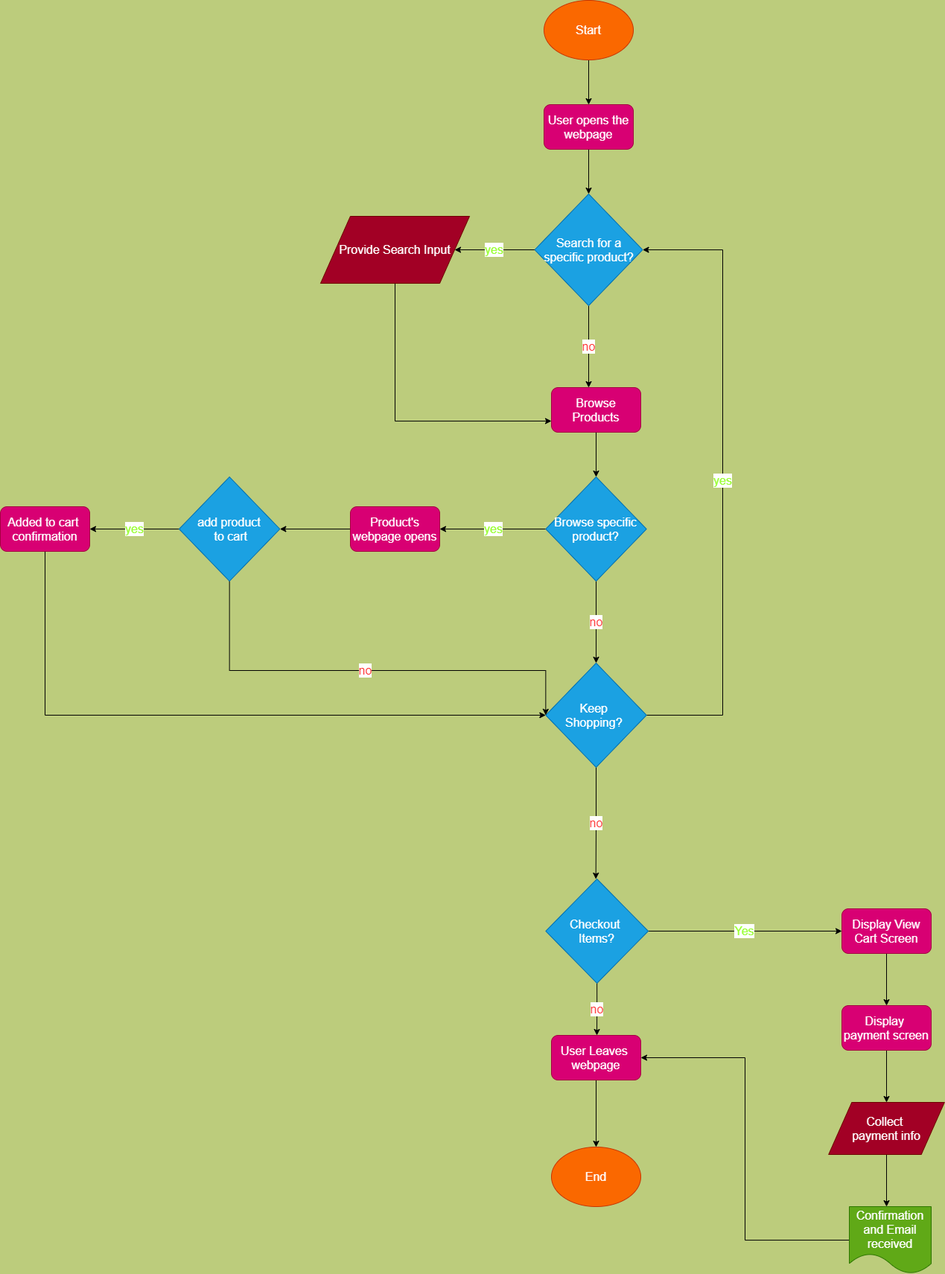
Before: part2/part2.drawio.png, a diagram exported from draw.io (JoshuaSantillan/sp21-cse110-lab4). Source tidied: cells renumbered, new cells last; positions are measured from the earlier drawing's top-left corner, leaving out a move shared by most shapes.
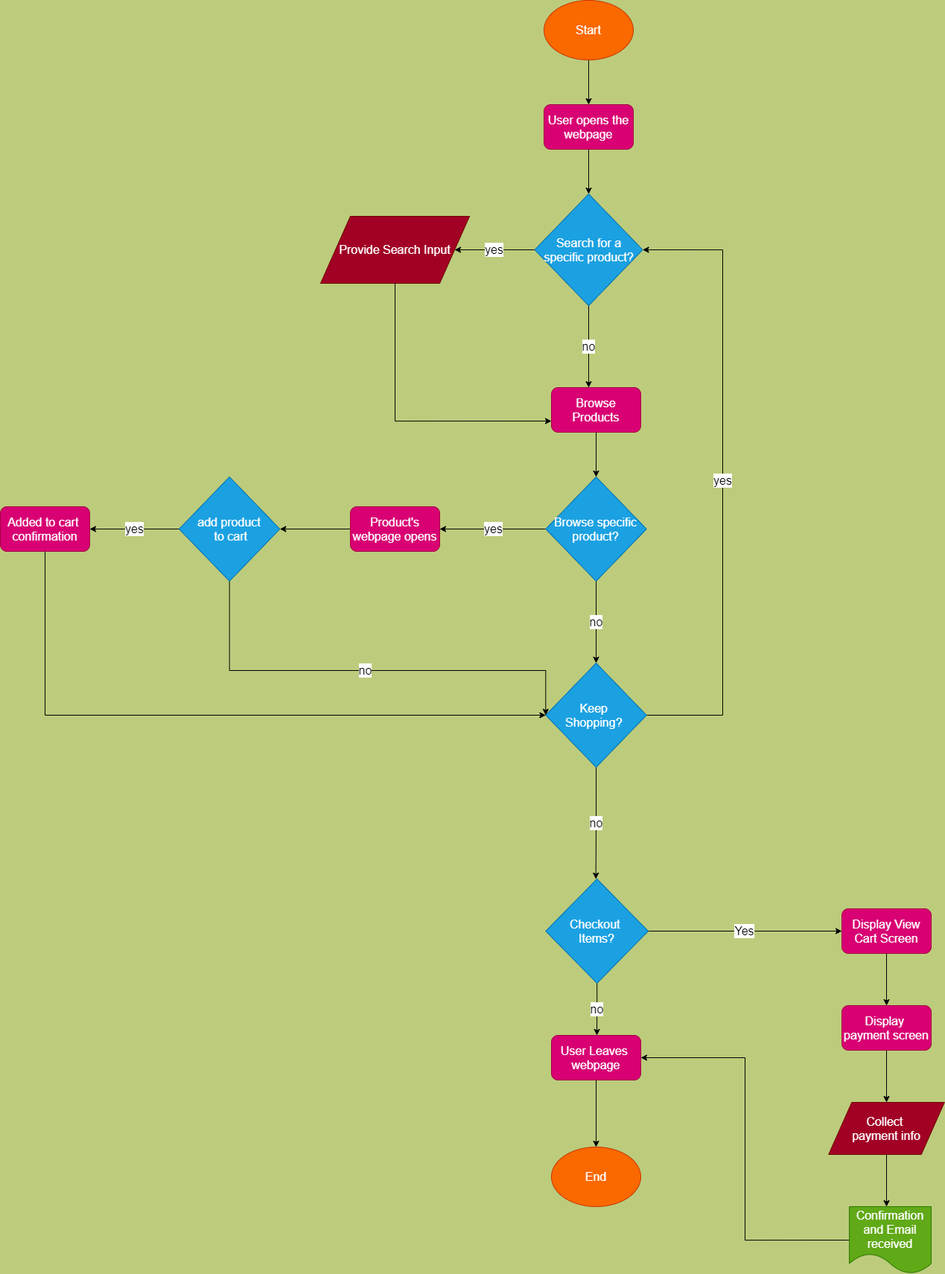
The same diagram one commit later.

What changed in the source:
```diff
@@ -14,10 +14,10 @@
     <mxCell id="5" value="&lt;font style=&quot;font-size: 16px&quot;&gt;User opens the webpage&lt;/font&gt;" style="rounded=1;whiteSpace=wrap;html=1;fillColor=#d80073;strokeColor=#A50040;fontColor=#ffffff;" parent="1" vertex="1">
       <mxGeometry x="730" y="140" width="120" height="60" as="geometry" />
     </mxCell>
-    <mxCell id="6" value="yes" style="edgeStyle=orthogonalEdgeStyle;rounded=0;jettySize=auto;html=1;exitX=0;exitY=0.5;exitDx=0;exitDy=0;fontSize=16;entryX=1;entryY=0.5;entryDx=0;entryDy=0;fontColor=#99FF33;" parent="1" edge="1" source="8" target="10">
+    <mxCell id="6" value="yes" style="edgeStyle=orthogonalEdgeStyle;rounded=0;jettySize=auto;html=1;exitX=0;exitY=0.5;exitDx=0;exitDy=0;fontSize=16;entryX=1;entryY=0.5;entryDx=0;entryDy=0;labelBorderColor=none;fontColor=#000000;" parent="1" edge="1" source="8" target="10">
       <mxGeometry relative="1" as="geometry" />
     </mxCell>
-    <mxCell id="7" value="no" style="edgeStyle=orthogonalEdgeStyle;rounded=0;jettySize=auto;html=1;exitX=0.5;exitY=1;exitDx=0;exitDy=0;fontSize=16;fontColor=#FF3333;" parent="1" edge="1" source="8">
+    <mxCell id="7" value="no" style="edgeStyle=orthogonalEdgeStyle;rounded=0;jettySize=auto;html=1;exitX=0.5;exitY=1;exitDx=0;exitDy=0;fontSize=16;fontColor=#000000;" parent="1" edge="1" source="8">
       <mxGeometry relative="1" as="geometry">
         <mxPoint x="790" y="520" as="targetPoint" />
         <Array as="points">
@@ -40,12 +40,12 @@
     <mxCell id="12" value="&lt;font style=&quot;font-size: 16px&quot;&gt;Browse Products&lt;/font&gt;" style="rounded=1;whiteSpace=wrap;html=1;fillColor=#d80073;strokeColor=#A50040;fontColor=#ffffff;" parent="1" vertex="1">
       <mxGeometry x="740" y="520" width="120" height="60" as="geometry" />
     </mxCell>
-    <mxCell id="13" value="yes" style="edgeStyle=orthogonalEdgeStyle;rounded=0;jettySize=auto;html=1;exitX=0;exitY=0.5;exitDx=0;exitDy=0;fontSize=16;fontColor=#99FF33;" parent="1" edge="1" source="15">
+    <mxCell id="13" value="yes" style="edgeStyle=orthogonalEdgeStyle;rounded=0;jettySize=auto;html=1;exitX=0;exitY=0.5;exitDx=0;exitDy=0;fontSize=16;fontColor=#000000;" parent="1" edge="1" source="15">
       <mxGeometry relative="1" as="geometry">
         <mxPoint x="590" y="710" as="targetPoint" />
       </mxGeometry>
     </mxCell>
-    <mxCell id="14" value="no" style="edgeStyle=orthogonalEdgeStyle;rounded=0;jettySize=auto;html=1;exitX=0.5;exitY=1;exitDx=0;exitDy=0;entryX=0.5;entryY=0;entryDx=0;entryDy=0;fontSize=16;fontColor=#FF3333;" parent="1" edge="1" source="15" target="20">
+    <mxCell id="14" value="no" style="edgeStyle=orthogonalEdgeStyle;rounded=0;jettySize=auto;html=1;exitX=0.5;exitY=1;exitDx=0;exitDy=0;entryX=0.5;entryY=0;entryDx=0;entryDy=0;fontSize=16;fontColor=#000000;" parent="1" edge="1" source="15" target="20">
       <mxGeometry relative="1" as="geometry" />
     </mxCell>
     <mxCell id="15" value="&lt;font style=&quot;font-size: 16px&quot;&gt;Browse specific product?&lt;/font&gt;" style="rhombus;whiteSpace=wrap;html=1;fillColor=#1ba1e2;strokeColor=#006EAF;fontColor=#ffffff;" parent="1" vertex="1">
@@ -57,7 +57,7 @@
     <mxCell id="17" value="&lt;span style=&quot;font-size: 16px&quot;&gt;Product's webpage opens&lt;/span&gt;" style="rounded=1;whiteSpace=wrap;html=1;fillColor=#d80073;strokeColor=#A50040;fontColor=#ffffff;" parent="1" vertex="1">
       <mxGeometry x="470" y="680" width="120" height="60" as="geometry" />
     </mxCell>
-    <mxCell id="18" value="yes" style="edgeStyle=orthogonalEdgeStyle;rounded=0;jettySize=auto;html=1;exitX=1;exitY=0.5;exitDx=0;exitDy=0;entryX=1;entryY=0.5;entryDx=0;entryDy=0;fontSize=16;fontColor=#99FF33;" parent="1" edge="1" source="20" target="8">
+    <mxCell id="18" value="yes" style="edgeStyle=orthogonalEdgeStyle;rounded=0;jettySize=auto;html=1;exitX=1;exitY=0.5;exitDx=0;exitDy=0;entryX=1;entryY=0.5;entryDx=0;entryDy=0;fontSize=16;fontColor=#000000;" parent="1" edge="1" source="20" target="8">
       <mxGeometry relative="1" as="geometry">
         <Array as="points">
           <mxPoint x="970" y="960" />
@@ -65,7 +65,7 @@
         </Array>
       </mxGeometry>
     </mxCell>
-    <mxCell id="19" value="no" style="edgeStyle=orthogonalEdgeStyle;rounded=0;jettySize=auto;html=1;exitX=0.5;exitY=1;exitDx=0;exitDy=0;fontSize=16;fontColor=#FF3333;" parent="1" edge="1" source="20">
+    <mxCell id="19" value="no" style="edgeStyle=orthogonalEdgeStyle;rounded=0;jettySize=auto;html=1;exitX=0.5;exitY=1;exitDx=0;exitDy=0;fontSize=16;fontColor=#000000;" parent="1" edge="1" source="20">
       <mxGeometry relative="1" as="geometry">
         <mxPoint x="799.6" y="1180" as="targetPoint" />
       </mxGeometry>
@@ -73,10 +73,10 @@
     <mxCell id="20" value="&lt;font style=&quot;font-size: 16px&quot;&gt;Keep &lt;br&gt;Shopping?&amp;nbsp;&lt;/font&gt;" style="rhombus;whiteSpace=wrap;html=1;fillColor=#1ba1e2;strokeColor=#006EAF;fontColor=#ffffff;" parent="1" vertex="1">
       <mxGeometry x="732.3" y="890" width="135.3" height="140" as="geometry" />
     </mxCell>
-    <mxCell id="21" value="yes" style="edgeStyle=orthogonalEdgeStyle;rounded=0;jettySize=auto;html=1;exitX=0;exitY=0.5;exitDx=0;exitDy=0;entryX=1;entryY=0.5;entryDx=0;entryDy=0;fontSize=16;fontColor=#99FF33;" parent="1" edge="1" source="23" target="25">
+    <mxCell id="21" value="yes" style="edgeStyle=orthogonalEdgeStyle;rounded=0;jettySize=auto;html=1;exitX=0;exitY=0.5;exitDx=0;exitDy=0;entryX=1;entryY=0.5;entryDx=0;entryDy=0;fontSize=16;strokeColor=#000000;fontColor=#000000;" parent="1" edge="1" source="23" target="25">
       <mxGeometry relative="1" as="geometry" />
     </mxCell>
-    <mxCell id="22" value="no" style="edgeStyle=orthogonalEdgeStyle;rounded=0;jettySize=auto;html=1;exitX=0.5;exitY=1;exitDx=0;exitDy=0;entryX=0;entryY=0.5;entryDx=0;entryDy=0;fontSize=16;fontColor=#FF3333;" parent="1" edge="1" source="23" target="20">
+    <mxCell id="22" value="no" style="edgeStyle=orthogonalEdgeStyle;rounded=0;jettySize=auto;html=1;exitX=0.5;exitY=1;exitDx=0;exitDy=0;entryX=0;entryY=0.5;entryDx=0;entryDy=0;fontSize=16;fontColor=#000000;" parent="1" edge="1" source="23" target="20">
       <mxGeometry relative="1" as="geometry">
         <Array as="points">
           <mxPoint x="308" y="900" />
@@ -97,12 +97,12 @@
     <mxCell id="25" value="&lt;span style=&quot;font-size: 16px&quot;&gt;Added to cart&amp;nbsp;&lt;br&gt;confirmation&lt;br&gt;&lt;/span&gt;" style="rounded=1;whiteSpace=wrap;html=1;fillColor=#d80073;strokeColor=#A50040;fontColor=#ffffff;" parent="1" vertex="1">
       <mxGeometry y="680" width="120" height="60" as="geometry" />
     </mxCell>
-    <mxCell id="26" value="Yes" style="edgeStyle=orthogonalEdgeStyle;rounded=0;jettySize=auto;html=1;exitX=1;exitY=0.5;exitDx=0;exitDy=0;fontSize=16;fontColor=#99FF33;" parent="1" edge="1" source="28">
+    <mxCell id="26" value="Yes" style="edgeStyle=orthogonalEdgeStyle;rounded=0;jettySize=auto;html=1;exitX=1;exitY=0.5;exitDx=0;exitDy=0;fontSize=16;fontColor=#000000;" parent="1" edge="1" source="28">
       <mxGeometry relative="1" as="geometry">
         <mxPoint x="1130" y="1250" as="targetPoint" />
       </mxGeometry>
     </mxCell>
-    <mxCell id="27" value="no" style="edgeStyle=orthogonalEdgeStyle;rounded=0;jettySize=auto;html=1;exitX=0.5;exitY=1;exitDx=0;exitDy=0;fontSize=16;fontColor=#FF3333;" parent="1" edge="1" source="28">
+    <mxCell id="27" value="no" style="edgeStyle=orthogonalEdgeStyle;rounded=0;jettySize=auto;html=1;exitX=0.5;exitY=1;exitDx=0;exitDy=0;fontSize=16;fontColor=#000000;" parent="1" edge="1" source="28">
       <mxGeometry relative="1" as="geometry">
         <mxPoint x="801" y="1390" as="targetPoint" />
       </mxGeometry>
```
